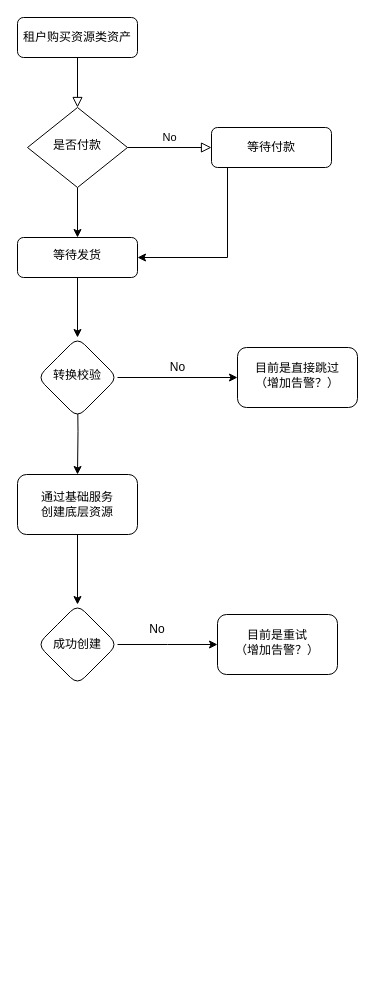
guyuegan/note keeps this draw.io diagram as 租户资产转换流程图.drawio. Above is the earlier version. Source tidied: cells renumbered, new cells numbered last; positions are measured from the earlier drawing's top-left corner, leaving out a move shared by most shapes. Both pictures are drawn from the tidied source at 100%, with x=0, y=0 at pixel (17, 17).
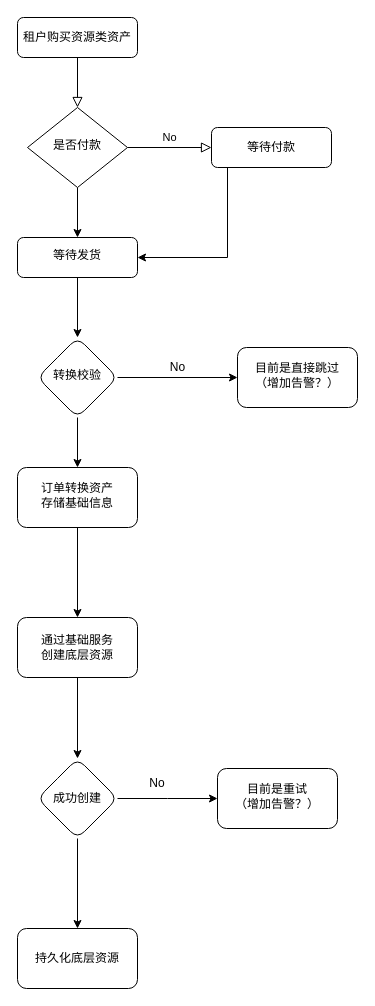
The same diagram, later.

Commit message (it also covers changes not shown here):
Update 租户资产转换流程图.drawio

Unchanged cells that the change refers to:
```xml
<mxCell id="15" value="转换校验" style="rhombus;whiteSpace=wrap;html=1;rounded=1;shadow=0;strokeWidth=1;spacing=6;spacingTop=-4;" parent="1" vertex="1">
  <mxGeometry x="20" y="320" width="80" height="80" as="geometry" />
</mxCell>
```

Diff of the diagram source:
```diff
@@
-    <mxCell id="9" style="edgeStyle=orthogonalEdgeStyle;rounded=0;jettySize=auto;html=1;" parent="1" edge="1" target="13">
-      <mxGeometry relative="1" as="geometry">
-        <mxPoint x="60" y="370" as="sourcePoint" />
-      </mxGeometry>
-    </mxCell>
@@
     <mxCell id="13" value="通过基础服务&lt;br&gt;创建底层资源" style="whiteSpace=wrap;html=1;rounded=1;glass=0;strokeWidth=1;shadow=0;" parent="1" vertex="1">
-      <mxGeometry y="457" width="120" height="60" as="geometry" />
+      <mxGeometry y="600" width="120" height="60" as="geometry" />
     </mxCell>
@@
+    <mxCell id="22" style="edgeStyle=orthogonalEdgeStyle;rounded=0;jettySize=auto;html=1;" parent="1" edge="1" source="15" target="26">
+      <mxGeometry relative="1" as="geometry" />
+    </mxCell>
@@
     <mxCell id="18" style="edgeStyle=orthogonalEdgeStyle;rounded=0;jettySize=auto;html=1;" parent="1" edge="1" source="19">
       <mxGeometry relative="1" as="geometry">
-        <mxPoint x="200" y="627" as="targetPoint" />
+        <mxPoint x="200" y="781" as="targetPoint" />
       </mxGeometry>
     </mxCell>
+    <mxCell id="23" style="edgeStyle=orthogonalEdgeStyle;rounded=0;jettySize=auto;html=1;" parent="1" edge="1" source="19" target="24">
+      <mxGeometry relative="1" as="geometry" />
+    </mxCell>
     <mxCell id="19" value="成功创建" style="rhombus;whiteSpace=wrap;html=1;rounded=1;glass=0;strokeWidth=1;shadow=0;" parent="1" vertex="1">
-      <mxGeometry x="20" y="587" width="80" height="80" as="geometry" />
+      <mxGeometry x="20" y="741" width="80" height="80" as="geometry" />
     </mxCell>
     <mxCell id="20" value="No" style="text;html=1;strokeColor=none;fillColor=none;align=center;verticalAlign=middle;whiteSpace=wrap;rounded=0;" parent="1" vertex="1">
-      <mxGeometry x="110" y="597" width="60" height="30" as="geometry" />
+      <mxGeometry x="110" y="751" width="60" height="30" as="geometry" />
     </mxCell>
     <mxCell id="21" value="目前是重试&lt;br&gt;（增加告警？）" style="whiteSpace=wrap;html=1;rounded=1;shadow=0;strokeWidth=1;spacing=6;spacingTop=-4;" parent="1" vertex="1">
-      <mxGeometry x="200" y="597" width="120" height="60" as="geometry" />
+      <mxGeometry x="200" y="751" width="120" height="60" as="geometry" />
     </mxCell>
+    <mxCell id="24" value="持久化底层资源" style="whiteSpace=wrap;html=1;rounded=1;glass=0;strokeWidth=1;shadow=0;" parent="1" vertex="1">
+      <mxGeometry y="911" width="120" height="60" as="geometry" />
+    </mxCell>
+    <mxCell id="25" style="edgeStyle=orthogonalEdgeStyle;rounded=0;jettySize=auto;html=1;" parent="1" edge="1" source="26" target="13">
+      <mxGeometry relative="1" as="geometry" />
+    </mxCell>
+    <mxCell id="26" value="订单转换资产&lt;br&gt;存储基础信息" style="whiteSpace=wrap;html=1;rounded=1;shadow=0;strokeWidth=1;spacing=6;spacingTop=-4;" parent="1" vertex="1">
+      <mxGeometry y="450" width="120" height="60" as="geometry" />
+    </mxCell>
```
